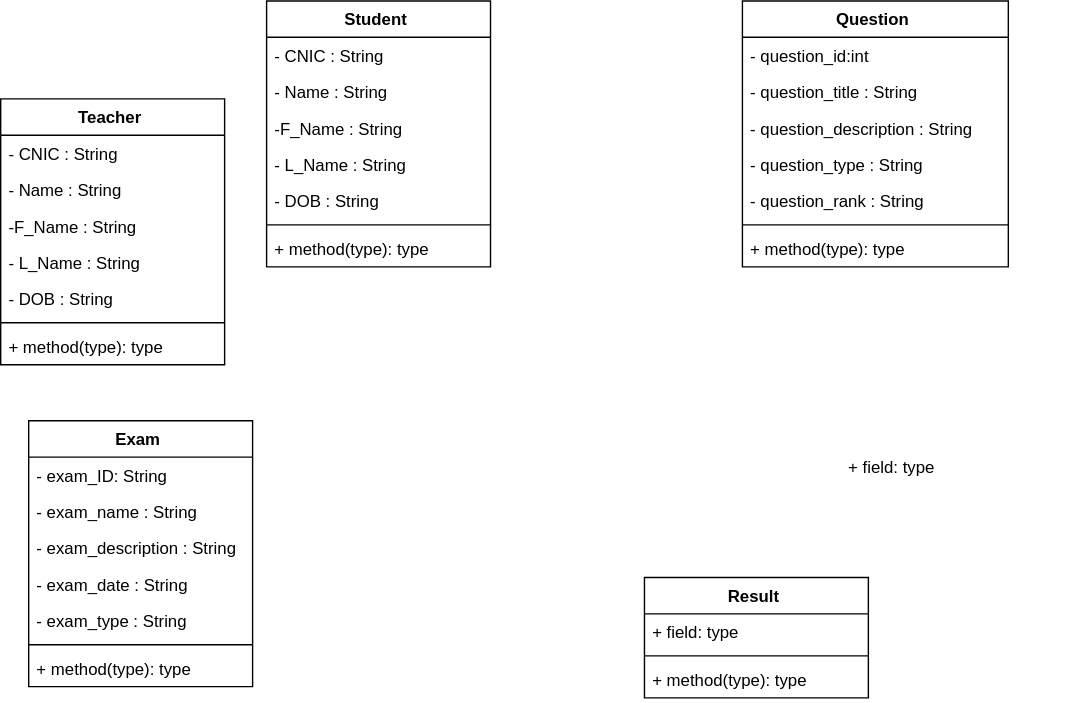
The draw.io diagram Class Diagram.drawio.svg in Zaeem6100/FYP-Documents, before a commit. Source tidied: cells renumbered, new cells last; positions are measured from the earlier drawing's top-left corner, leaving out a move shared by most shapes.
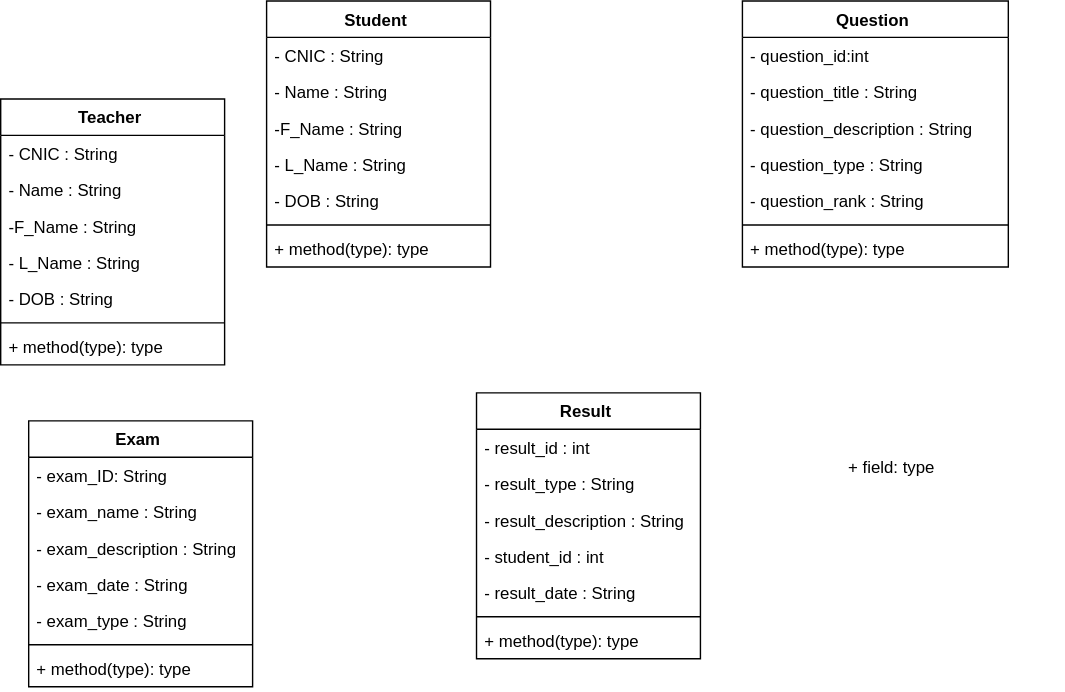
After the change.

Change to the diagram source:
```diff
@@ -102,16 +102,28 @@
       <mxGeometry y="164" width="190" height="26" as="geometry" />
     </mxCell>
     <mxCell id="35" value="Result " style="swimlane;fontStyle=1;align=center;verticalAlign=top;horizontal=1;startSize=26;" parent="1" vertex="1">
-      <mxGeometry x="460" y="412" width="160" height="86" as="geometry" />
+      <mxGeometry x="340" y="280" width="160" height="190" as="geometry" />
     </mxCell>
-    <mxCell id="36" value="+ field: type" style="text;strokeColor=none;fillColor=none;align=left;verticalAlign=top;spacingLeft=4;spacingRight=4;overflow=hidden;" parent="35" vertex="1">
+    <mxCell id="36" value="- result_id : int " style="text;strokeColor=none;fillColor=none;align=left;verticalAlign=top;spacingLeft=4;spacingRight=4;overflow=hidden;" parent="35" vertex="1">
       <mxGeometry y="26" width="160" height="26" as="geometry" />
     </mxCell>
+    <mxCell id="39" value="- result_type : String" style="text;strokeColor=none;fillColor=none;align=left;verticalAlign=top;spacingLeft=4;spacingRight=4;overflow=hidden;" parent="35" vertex="1">
+      <mxGeometry y="52" width="160" height="26" as="geometry" />
+    </mxCell>
+    <mxCell id="40" value="- result_description : String" style="text;strokeColor=none;fillColor=none;align=left;verticalAlign=top;spacingLeft=4;spacingRight=4;overflow=hidden;" parent="35" vertex="1">
+      <mxGeometry y="78" width="160" height="26" as="geometry" />
+    </mxCell>
+    <mxCell id="41" value="- student_id : int " style="text;strokeColor=none;fillColor=none;align=left;verticalAlign=top;spacingLeft=4;spacingRight=4;overflow=hidden;" parent="35" vertex="1">
+      <mxGeometry y="104" width="160" height="26" as="geometry" />
+    </mxCell>
+    <mxCell id="42" value="- result_date : String" style="text;strokeColor=none;fillColor=none;align=left;verticalAlign=top;spacingLeft=4;spacingRight=4;overflow=hidden;" parent="35" vertex="1">
+      <mxGeometry y="130" width="160" height="26" as="geometry" />
+    </mxCell>
     <mxCell id="37" style="line;strokeWidth=1;fillColor=none;align=left;verticalAlign=middle;spacingTop=-1;spacingLeft=3;spacingRight=3;labelPosition=right;" parent="35" vertex="1">
-      <mxGeometry y="52" width="160" height="8" as="geometry" />
+      <mxGeometry y="156" width="160" height="8" as="geometry" />
     </mxCell>
     <mxCell id="38" value="+ method(type): type" style="text;strokeColor=none;fillColor=none;align=left;verticalAlign=top;spacingLeft=4;spacingRight=4;overflow=hidden;" parent="35" vertex="1">
-      <mxGeometry y="60" width="160" height="26" as="geometry" />
+      <mxGeometry y="164" width="160" height="26" as="geometry" />
     </mxCell>
   </root>
 </mxGraphModel>
```
